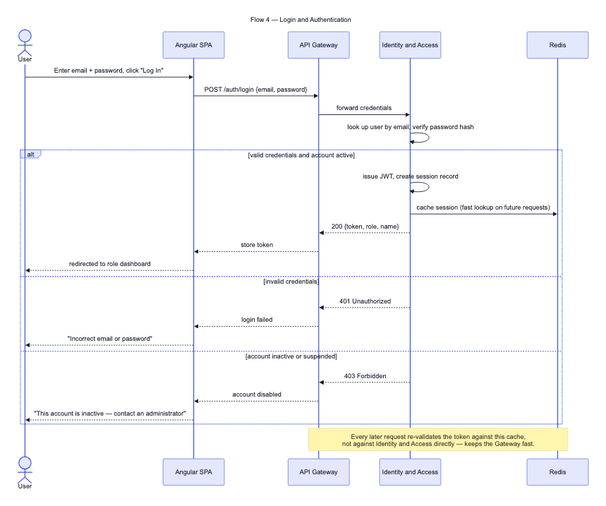
Before: docs/architecture/flow-04-login.png, a diagram exported from Mermaid (ESD-ONE/University-Course-Management-System). Its source is kept beside it as docs/architecture/flow-04-login.mmd. Source of this version:
```mermaid
---
title: Flow 4 — Login and Authentication
---
sequenceDiagram
    actor User
    participant Client as Angular SPA
    participant GW as API Gateway
    participant IAM as Identity and Access
    participant CACHE as Redis

    User->>Client: Enter email + password, click "Log In"
    Client->>GW: POST /auth/login {email, password}
    GW->>IAM: forward credentials

    IAM->>IAM: look up user by email, verify password hash

    alt valid credentials and account active
        IAM->>IAM: issue JWT, create session record
        IAM->>CACHE: cache session (fast lookup on future requests)
        IAM-->>GW: 200 {token, role, name}
        GW-->>Client: store token
        Client-->>User: redirected to role dashboard
    else invalid credentials
        IAM-->>GW: 401 Unauthorized
        GW-->>Client: login failed
        Client-->>User: "Incorrect email or password"
    else account inactive or suspended
        IAM-->>GW: 403 Forbidden
        GW-->>Client: account disabled
        Client-->>User: "This account is inactive — contact an administrator"
    end

    Note over GW,CACHE: Every later request re-validates the token against this cache,<br/>not against Identity and Access directly — keeps the Gateway fast.
```
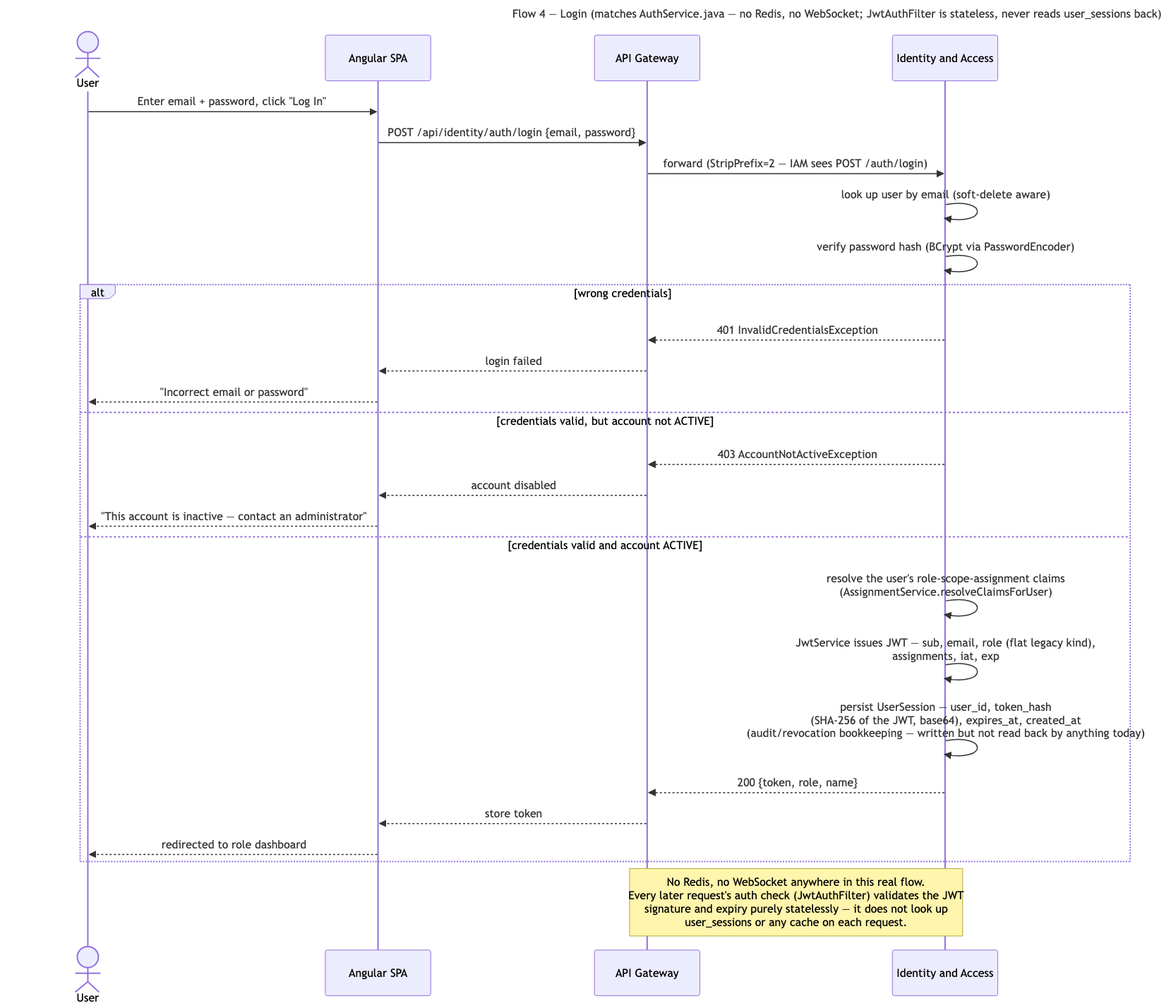
Above is the later version.

The edit, as a diff of the source:
```diff
@@ -1,33 +1,34 @@
 ---
-title: Flow 4 — Login and Authentication
+title: "Flow 4 — Login (matches AuthService.java — no Redis, no WebSocket; JwtAuthFilter is stateless, never reads user_sessions back)"
 ---
 sequenceDiagram
     actor User
     participant Client as Angular SPA
     participant GW as API Gateway
     participant IAM as Identity and Access
-    participant CACHE as Redis
 
     User->>Client: Enter email + password, click "Log In"
-    Client->>GW: POST /auth/login {email, password}
-    GW->>IAM: forward credentials
+    Client->>GW: POST /api/identity/auth/login {email, password}
+    GW->>IAM: forward (StripPrefix=2 — IAM sees POST /auth/login)
 
-    IAM->>IAM: look up user by email, verify password hash
+    IAM->>IAM: look up user by email (soft-delete aware)
+    IAM->>IAM: verify password hash (BCrypt via PasswordEncoder)
 
-    alt valid credentials and account active
-        IAM->>IAM: issue JWT, create session record
-        IAM->>CACHE: cache session (fast lookup on future requests)
+    alt wrong credentials
+        IAM-->>GW: 401 InvalidCredentialsException
+        GW-->>Client: login failed
+        Client-->>User: "Incorrect email or password"
+    else credentials valid, but account not ACTIVE
+        IAM-->>GW: 403 AccountNotActiveException
+        GW-->>Client: account disabled
+        Client-->>User: "This account is inactive — contact an administrator"
+    else credentials valid and account ACTIVE
+        IAM->>IAM: resolve the user's role-scope-assignment claims<br/>(AssignmentService.resolveClaimsForUser)
+        IAM->>IAM: JwtService issues JWT — sub, email, role (flat legacy kind),<br/>assignments, iat, exp
+        IAM->>IAM: persist UserSession — user_id, token_hash<br/>(SHA-256 of the JWT, base64), expires_at, created_at<br/>(audit/revocation bookkeeping — written but not read back by anything today)
         IAM-->>GW: 200 {token, role, name}
         GW-->>Client: store token
         Client-->>User: redirected to role dashboard
-    else invalid credentials
-        IAM-->>GW: 401 Unauthorized
-        GW-->>Client: login failed
-        Client-->>User: "Incorrect email or password"
-    else account inactive or suspended
-        IAM-->>GW: 403 Forbidden
-        GW-->>Client: account disabled
-        Client-->>User: "This account is inactive — contact an administrator"
     end
 
-    Note over GW,CACHE: Every later request re-validates the token against this cache,<br/>not against Identity and Access directly — keeps the Gateway fast.
+    Note over GW,IAM: No Redis, no WebSocket anywhere in this real flow.<br/>Every later request's auth check (JwtAuthFilter) validates the JWT<br/>signature and expiry purely statelessly — it does not look up<br/>user_sessions or any cache on each request.
```
